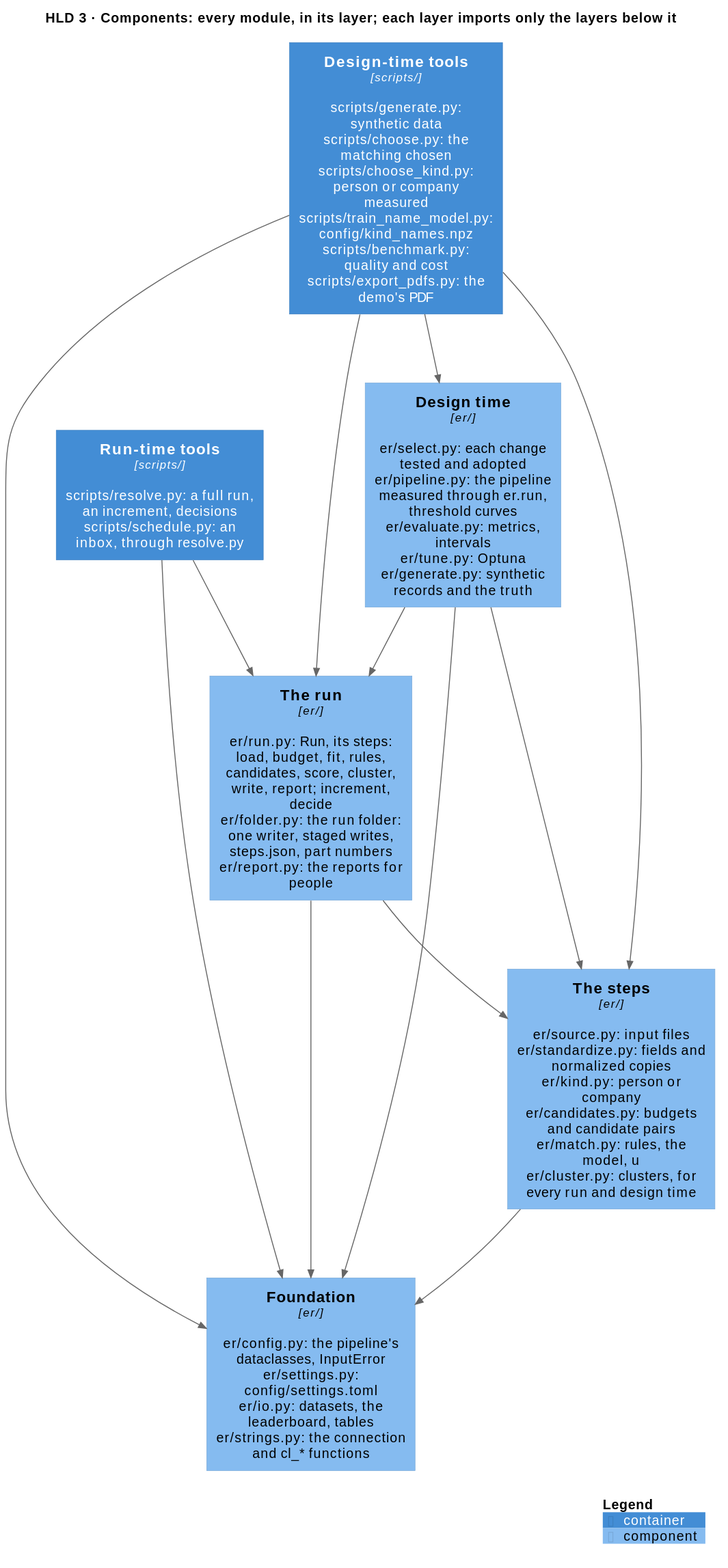
Earlier version of the PlantUML export docs/diagrams/components.svg (mvsbm/entity_matching).
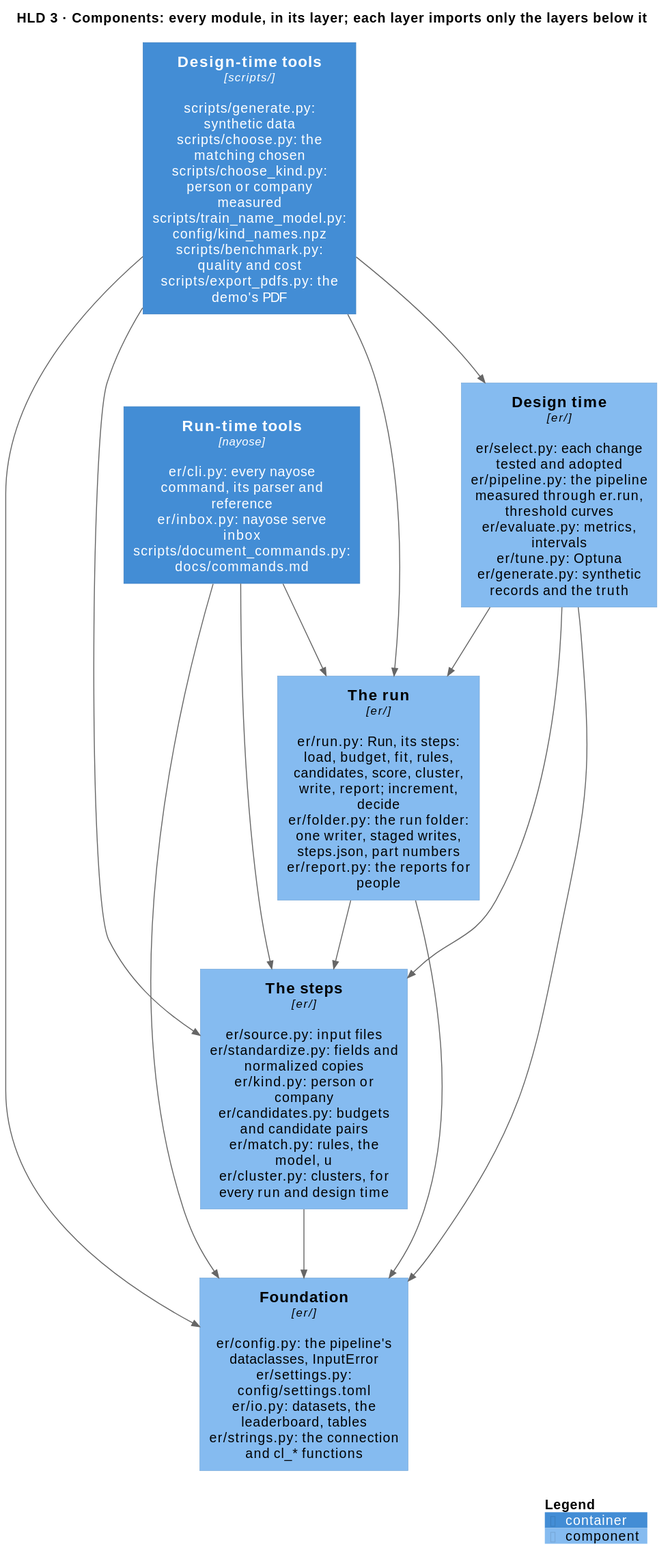
After the change.

What changed in the source:
```diff
@@ -4,7 +4,7 @@
 HIDE_STEREOTYPE()
 title HLD 3 · Components: every module, in its layer; each layer imports only the layers below it
 
-Container(tools_run, "Run-time tools", "scripts/", "scripts/resolve.py: a full run, an increment, decisions\nscripts/schedule.py: an inbox, through resolve.py")
+Container(tools_run, "Run-time tools", "nayose", "er/cli.py: every nayose command, its parser and reference\ner/inbox.py: nayose serve inbox\nscripts/document_commands.py: docs/commands.md")
 Container(tools_design, "Design-time tools", "scripts/", "scripts/generate.py: synthetic data\nscripts/choose.py: the matching chosen\nscripts/choose_kind.py: person or company measured\nscripts/train_name_model.py: config/kind_names.npz\nscripts/benchmark.py: quality and cost\nscripts/export_pdfs.py: the demo's PDF")
 
 Component(run, "The run", "er/", "er/run.py: Run, its steps: load, budget, fit, rules, candidates, score, cluster, write, report; increment, decide\ner/folder.py: the run folder: one writer, staged writes, steps.json, part numbers\ner/report.py: the reports for people")
@@ -13,6 +13,7 @@
 Component(configuration, "Foundation", "er/", "er/config.py: the pipeline's dataclasses, InputError\ner/settings.py: config/settings.toml\ner/io.py: datasets, the leaderboard, tables\ner/strings.py: the connection and cl_* functions")
 
 Rel_D(tools_run, run, "")
+Rel_D(tools_run, steps, "")
 Rel_D(tools_run, configuration, "")
 Rel_D(tools_design, run, "")
 Rel_D(tools_design, design, "")
```
